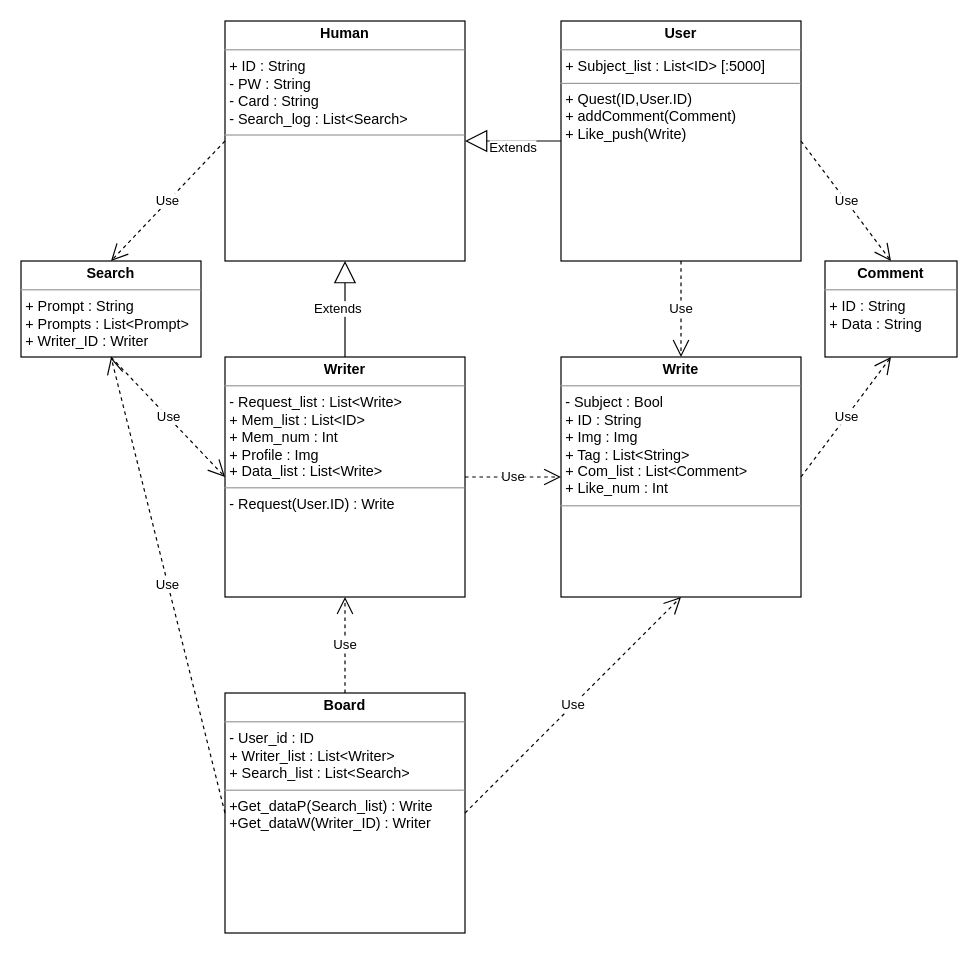
This is Classdiagram.drawio from dnjsrl132/barogrim, a draw.io file, before an edit. Source tidied: cells renumbered, new cells numbered last; positions are measured from the earlier drawing's top-left corner, leaving out a move shared by most shapes. Both pictures are drawn from the tidied source at 120%, with x=0, y=0 at pixel (20, 20).
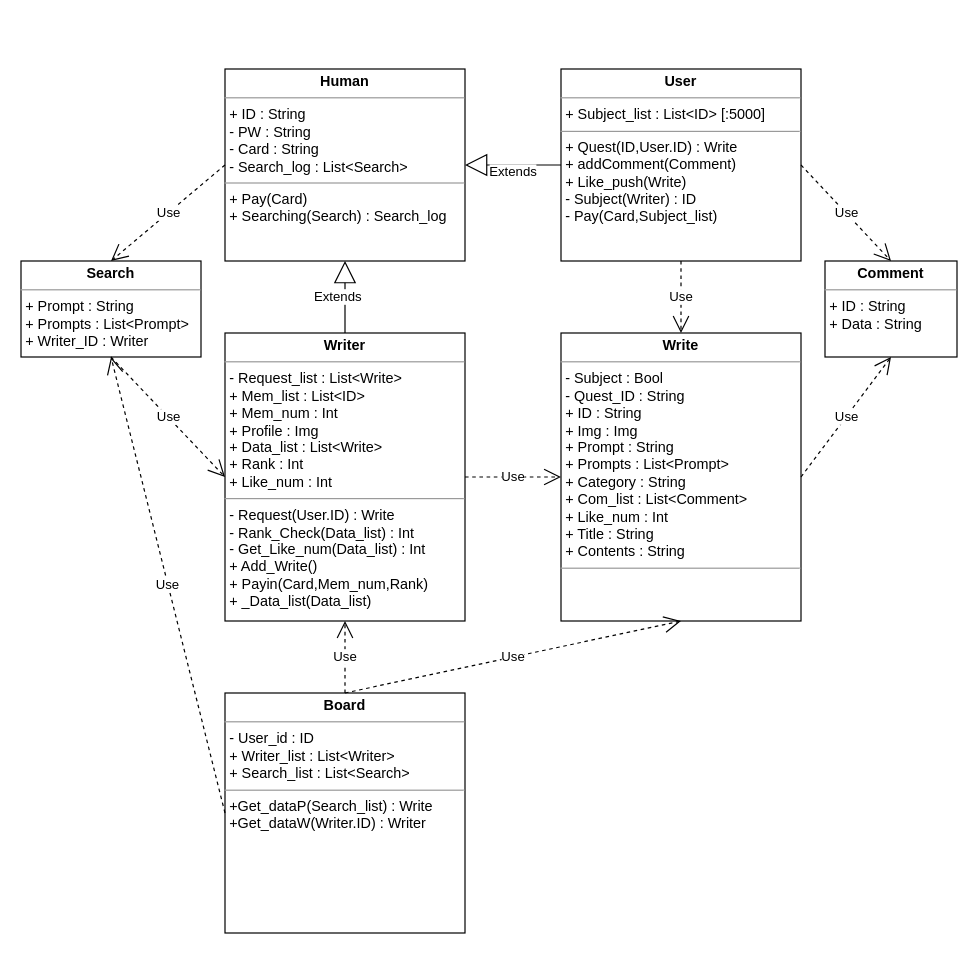
After the change.

Unchanged cells that the change refers to:
```xml
<mxCell id="11" value="&lt;p style=&quot;margin:0px;margin-top:4px;text-align:center;&quot;&gt;&lt;b&gt;Search&lt;/b&gt;&lt;/p&gt;&lt;hr size=&quot;1&quot;&gt;&lt;p style=&quot;margin:0px;margin-left:4px;&quot;&gt;+ Prompt : String&lt;/p&gt;&lt;p style=&quot;margin:0px;margin-left:4px;&quot;&gt;+ Prompts : List&amp;lt;Prompt&amp;gt;&lt;/p&gt;&lt;p style=&quot;margin:0px;margin-left:4px;&quot;&gt;+ Writer_ID : Writer&lt;/p&gt;" style="verticalAlign=top;align=left;overflow=fill;fontSize=12;fontFamily=Helvetica;html=1;rounded=0;shadow=0;comic=0;labelBackgroundColor=none;strokeWidth=1;" parent="1" vertex="1">
  <mxGeometry y="200" width="150" height="80" as="geometry" />
</mxCell>
```

Change to the diagram source:
```diff
@@
-    <mxCell id="2" value="&lt;p style=&quot;margin:0px;margin-top:4px;text-align:center;&quot;&gt;&lt;b&gt;Human&lt;/b&gt;&lt;/p&gt;&lt;hr size=&quot;1&quot;&gt;&lt;p style=&quot;margin:0px;margin-left:4px;&quot;&gt;&lt;span style=&quot;background-color: initial;&quot;&gt;+ ID : String&lt;/span&gt;&lt;br&gt;&lt;/p&gt;&lt;p style=&quot;margin:0px;margin-left:4px;&quot;&gt;- PW : String&lt;/p&gt;&lt;p style=&quot;margin:0px;margin-left:4px;&quot;&gt;- Card : String&lt;/p&gt;&lt;p style=&quot;margin:0px;margin-left:4px;&quot;&gt;- Search_log : List&amp;lt;Search&amp;gt;&lt;/p&gt;&lt;hr size=&quot;1&quot;&gt;&lt;p style=&quot;margin:0px;margin-left:4px;&quot;&gt;&lt;br&gt;&lt;/p&gt;" style="verticalAlign=top;align=left;overflow=fill;fontSize=12;fontFamily=Helvetica;html=1;rounded=0;shadow=0;comic=0;labelBackgroundColor=none;strokeWidth=1;" parent="1" vertex="1">
-      <mxGeometry x="170" width="200" height="200" as="geometry" />
+    <mxCell id="2" value="&lt;p style=&quot;margin:0px;margin-top:4px;text-align:center;&quot;&gt;&lt;b&gt;Human&lt;/b&gt;&lt;/p&gt;&lt;hr size=&quot;1&quot;&gt;&lt;p style=&quot;margin:0px;margin-left:4px;&quot;&gt;&lt;span style=&quot;background-color: initial;&quot;&gt;+ ID : String&lt;/span&gt;&lt;br&gt;&lt;/p&gt;&lt;p style=&quot;margin:0px;margin-left:4px;&quot;&gt;- PW : String&lt;/p&gt;&lt;p style=&quot;margin:0px;margin-left:4px;&quot;&gt;- Card : String&lt;/p&gt;&lt;p style=&quot;margin:0px;margin-left:4px;&quot;&gt;- Search_log : List&amp;lt;Search&amp;gt;&lt;/p&gt;&lt;hr size=&quot;1&quot;&gt;&lt;p style=&quot;margin:0px;margin-left:4px;&quot;&gt;+ Pay(Card)&lt;/p&gt;&lt;p style=&quot;margin:0px;margin-left:4px;&quot;&gt;+ Searching(Search) : Search_log&lt;/p&gt;" style="verticalAlign=top;align=left;overflow=fill;fontSize=12;fontFamily=Helvetica;html=1;rounded=0;shadow=0;comic=0;labelBackgroundColor=none;strokeWidth=1;" parent="1" vertex="1">
+      <mxGeometry x="170" y="40" width="200" height="160" as="geometry" />
     </mxCell>
-    <mxCell id="3" value="&lt;p style=&quot;margin:0px;margin-top:4px;text-align:center;&quot;&gt;&lt;b&gt;User&lt;/b&gt;&lt;/p&gt;&lt;hr size=&quot;1&quot;&gt;&lt;p style=&quot;margin:0px;margin-left:4px;&quot;&gt;&lt;span style=&quot;background-color: initial;&quot;&gt;+ Subject_list : List&amp;lt;ID&amp;gt; [:5000]&lt;/span&gt;&lt;br&gt;&lt;/p&gt;&lt;hr size=&quot;1&quot;&gt;&lt;p style=&quot;margin:0px;margin-left:4px;&quot;&gt;+ Quest(ID,User.ID)&lt;/p&gt;&lt;p style=&quot;margin:0px;margin-left:4px;&quot;&gt;+ addComment(Comment)&lt;/p&gt;&lt;p style=&quot;margin:0px;margin-left:4px;&quot;&gt;+ Like_push(Write)&lt;/p&gt;&lt;p style=&quot;margin:0px;margin-left:4px;&quot;&gt;&lt;br&gt;&lt;/p&gt;" style="verticalAlign=top;align=left;overflow=fill;fontSize=12;fontFamily=Helvetica;html=1;rounded=0;shadow=0;comic=0;labelBackgroundColor=none;strokeWidth=1;" parent="1" vertex="1">
-      <mxGeometry x="450" width="200" height="200" as="geometry" />
+    <mxCell id="3" value="&lt;p style=&quot;margin:0px;margin-top:4px;text-align:center;&quot;&gt;&lt;b&gt;User&lt;/b&gt;&lt;/p&gt;&lt;hr size=&quot;1&quot;&gt;&lt;p style=&quot;margin:0px;margin-left:4px;&quot;&gt;&lt;span style=&quot;background-color: initial;&quot;&gt;+ Subject_list : List&amp;lt;ID&amp;gt; [:5000]&lt;/span&gt;&lt;br&gt;&lt;/p&gt;&lt;hr size=&quot;1&quot;&gt;&lt;p style=&quot;margin:0px;margin-left:4px;&quot;&gt;+ Quest(ID,User.ID) : Write&lt;/p&gt;&lt;p style=&quot;margin:0px;margin-left:4px;&quot;&gt;+ addComment(Comment)&lt;/p&gt;&lt;p style=&quot;margin:0px;margin-left:4px;&quot;&gt;+ Like_push(Write)&lt;/p&gt;&lt;p style=&quot;margin:0px;margin-left:4px;&quot;&gt;- Subject(Writer) : ID&lt;br&gt;&lt;/p&gt;&lt;p style=&quot;margin:0px;margin-left:4px;&quot;&gt;- Pay(Card,Subject_list)&lt;/p&gt;" style="verticalAlign=top;align=left;overflow=fill;fontSize=12;fontFamily=Helvetica;html=1;rounded=0;shadow=0;comic=0;labelBackgroundColor=none;strokeWidth=1;" parent="1" vertex="1">
+      <mxGeometry x="450" y="40" width="200" height="160" as="geometry" />
     </mxCell>
-    <mxCell id="4" value="&lt;p style=&quot;margin:0px;margin-top:4px;text-align:center;&quot;&gt;&lt;b&gt;Writer&lt;/b&gt;&lt;/p&gt;&lt;hr size=&quot;1&quot;&gt;&lt;p style=&quot;margin:0px;margin-left:4px;&quot;&gt;&lt;span style=&quot;background-color: initial;&quot;&gt;- Request_list : List&amp;lt;Write&amp;gt;&lt;/span&gt;&lt;/p&gt;&lt;p style=&quot;margin:0px;margin-left:4px;&quot;&gt;&lt;span style=&quot;background-color: initial;&quot;&gt;+ Mem_list : List&amp;lt;ID&amp;gt;&lt;/span&gt;&lt;/p&gt;&lt;p style=&quot;margin:0px;margin-left:4px;&quot;&gt;&lt;span style=&quot;background-color: initial;&quot;&gt;+ Mem_num : Int&lt;/span&gt;&lt;/p&gt;&lt;p style=&quot;margin:0px;margin-left:4px;&quot;&gt;&lt;span style=&quot;background-color: initial;&quot;&gt;+ Profile : Img&lt;/span&gt;&lt;/p&gt;&lt;p style=&quot;margin:0px;margin-left:4px;&quot;&gt;&lt;span style=&quot;background-color: initial;&quot;&gt;+ Data_list : List&amp;lt;Write&amp;gt;&lt;/span&gt;&lt;/p&gt;&lt;hr size=&quot;1&quot;&gt;&lt;p style=&quot;margin:0px;margin-left:4px;&quot;&gt;- Request(User.ID) : Write&lt;/p&gt;&lt;p style=&quot;margin:0px;margin-left:4px;&quot;&gt;&lt;br&gt;&lt;/p&gt;&lt;p style=&quot;margin:0px;margin-left:4px;&quot;&gt;&lt;br&gt;&lt;/p&gt;" style="verticalAlign=top;align=left;overflow=fill;fontSize=12;fontFamily=Helvetica;html=1;rounded=0;shadow=0;comic=0;labelBackgroundColor=none;strokeWidth=1;" parent="1" vertex="1">
-      <mxGeometry x="170" y="280" width="200" height="200" as="geometry" />
+    <mxCell id="4" value="&lt;p style=&quot;margin:0px;margin-top:4px;text-align:center;&quot;&gt;&lt;b&gt;Writer&lt;/b&gt;&lt;/p&gt;&lt;hr size=&quot;1&quot;&gt;&lt;p style=&quot;margin:0px;margin-left:4px;&quot;&gt;&lt;span style=&quot;background-color: initial;&quot;&gt;- Request_list : List&amp;lt;Write&amp;gt;&lt;/span&gt;&lt;/p&gt;&lt;p style=&quot;margin:0px;margin-left:4px;&quot;&gt;&lt;span style=&quot;background-color: initial;&quot;&gt;+ Mem_list : List&amp;lt;ID&amp;gt;&lt;/span&gt;&lt;/p&gt;&lt;p style=&quot;margin:0px;margin-left:4px;&quot;&gt;&lt;span style=&quot;background-color: initial;&quot;&gt;+ Mem_num : Int&lt;/span&gt;&lt;/p&gt;&lt;p style=&quot;margin:0px;margin-left:4px;&quot;&gt;&lt;span style=&quot;background-color: initial;&quot;&gt;+ Profile : Img&lt;/span&gt;&lt;/p&gt;&lt;p style=&quot;margin:0px;margin-left:4px;&quot;&gt;&lt;span style=&quot;background-color: initial;&quot;&gt;+ Data_list : List&amp;lt;Write&amp;gt;&lt;/span&gt;&lt;/p&gt;&lt;p style=&quot;margin:0px;margin-left:4px;&quot;&gt;&lt;span style=&quot;background-color: initial;&quot;&gt;+ Rank : Int&lt;/span&gt;&lt;/p&gt;&lt;p style=&quot;margin:0px;margin-left:4px;&quot;&gt;&lt;span style=&quot;background-color: initial;&quot;&gt;+ Like_num : Int&lt;/span&gt;&lt;/p&gt;&lt;hr size=&quot;1&quot;&gt;&lt;p style=&quot;margin:0px;margin-left:4px;&quot;&gt;- Request(User.ID) : Write&lt;/p&gt;&lt;p style=&quot;margin:0px;margin-left:4px;&quot;&gt;- Rank_Check(Data_list) : Int&lt;/p&gt;&lt;p style=&quot;margin:0px;margin-left:4px;&quot;&gt;- Get_Like_num(Data_list) : Int&lt;/p&gt;&lt;p style=&quot;margin:0px;margin-left:4px;&quot;&gt;+ Add_Write()&lt;/p&gt;&lt;p style=&quot;margin:0px;margin-left:4px;&quot;&gt;+ Payin(Card,Mem_num,Rank)&lt;/p&gt;&lt;p style=&quot;margin:0px;margin-left:4px;&quot;&gt;+ _Data_list(Data_list)&lt;/p&gt;" style="verticalAlign=top;align=left;overflow=fill;fontSize=12;fontFamily=Helvetica;html=1;rounded=0;shadow=0;comic=0;labelBackgroundColor=none;strokeWidth=1;" parent="1" vertex="1">
+      <mxGeometry x="170" y="260" width="200" height="240" as="geometry" />
     </mxCell>
-    <mxCell id="5" value="&lt;p style=&quot;margin:0px;margin-top:4px;text-align:center;&quot;&gt;&lt;b&gt;Write&lt;/b&gt;&lt;/p&gt;&lt;hr size=&quot;1&quot;&gt;&lt;p style=&quot;margin:0px;margin-left:4px;&quot;&gt;&lt;span style=&quot;background-color: initial;&quot;&gt;- Subject : Bool&lt;/span&gt;&lt;/p&gt;&lt;p style=&quot;margin:0px;margin-left:4px;&quot;&gt;&lt;span style=&quot;background-color: initial;&quot;&gt;+ ID : String&lt;/span&gt;&lt;/p&gt;&lt;p style=&quot;margin:0px;margin-left:4px;&quot;&gt;+ Img : Img&lt;/p&gt;&lt;p style=&quot;margin:0px;margin-left:4px;&quot;&gt;+ Tag : List&amp;lt;String&amp;gt;&lt;/p&gt;&lt;p style=&quot;margin:0px;margin-left:4px;&quot;&gt;+ Com_list : List&amp;lt;Comment&amp;gt;&lt;/p&gt;&lt;p style=&quot;margin:0px;margin-left:4px;&quot;&gt;+ Like_num : Int&lt;br&gt;&lt;/p&gt;&lt;hr size=&quot;1&quot;&gt;&lt;p style=&quot;margin:0px;margin-left:4px;&quot;&gt;&lt;br&gt;&lt;/p&gt;" style="verticalAlign=top;align=left;overflow=fill;fontSize=12;fontFamily=Helvetica;html=1;rounded=0;shadow=0;comic=0;labelBackgroundColor=none;strokeWidth=1;" parent="1" vertex="1">
-      <mxGeometry x="450" y="280" width="200" height="200" as="geometry" />
+    <mxCell id="5" value="&lt;p style=&quot;margin:0px;margin-top:4px;text-align:center;&quot;&gt;&lt;b&gt;Write&lt;/b&gt;&lt;/p&gt;&lt;hr size=&quot;1&quot;&gt;&lt;p style=&quot;margin:0px;margin-left:4px;&quot;&gt;&lt;span style=&quot;background-color: initial;&quot;&gt;- Subject : Bool&lt;/span&gt;&lt;/p&gt;&lt;p style=&quot;margin:0px;margin-left:4px;&quot;&gt;&lt;span style=&quot;background-color: initial;&quot;&gt;- Quest_ID : String&lt;/span&gt;&lt;/p&gt;&lt;p style=&quot;margin:0px;margin-left:4px;&quot;&gt;&lt;span style=&quot;background-color: initial;&quot;&gt;+ ID : String&lt;/span&gt;&lt;/p&gt;&lt;p style=&quot;margin:0px;margin-left:4px;&quot;&gt;+ Img : Img&lt;/p&gt;&lt;p style=&quot;margin:0px;margin-left:4px;&quot;&gt;+ Prompt : String&lt;/p&gt;&lt;p style=&quot;margin:0px;margin-left:4px;&quot;&gt;+ Prompts : List&amp;lt;Prompt&amp;gt;&lt;/p&gt;&lt;p style=&quot;margin:0px;margin-left:4px;&quot;&gt;+ Category : String&lt;/p&gt;&lt;p style=&quot;margin:0px;margin-left:4px;&quot;&gt;+ Com_list : List&amp;lt;Comment&amp;gt;&lt;/p&gt;&lt;p style=&quot;margin:0px;margin-left:4px;&quot;&gt;+ Like_num : Int&lt;br&gt;&lt;/p&gt;&lt;p style=&quot;margin:0px;margin-left:4px;&quot;&gt;+ Title : String&lt;/p&gt;&lt;p style=&quot;margin:0px;margin-left:4px;&quot;&gt;+ Contents : String&lt;/p&gt;&lt;hr size=&quot;1&quot;&gt;&lt;p style=&quot;margin:0px;margin-left:4px;&quot;&gt;&lt;br&gt;&lt;/p&gt;" style="verticalAlign=top;align=left;overflow=fill;fontSize=12;fontFamily=Helvetica;html=1;rounded=0;shadow=0;comic=0;labelBackgroundColor=none;strokeWidth=1;" parent="1" vertex="1">
+      <mxGeometry x="450" y="260" width="200" height="240" as="geometry" />
     </mxCell>
-    <mxCell id="6" value="&lt;p style=&quot;margin:0px;margin-top:4px;text-align:center;&quot;&gt;&lt;b&gt;Board&lt;/b&gt;&lt;/p&gt;&lt;hr size=&quot;1&quot;&gt;&lt;p style=&quot;margin:0px;margin-left:4px;&quot;&gt;&lt;span style=&quot;background-color: initial;&quot;&gt;- User_id : ID&lt;/span&gt;&lt;/p&gt;&lt;p style=&quot;margin:0px;margin-left:4px;&quot;&gt;+ Writer_list : List&amp;lt;Writer&amp;gt;&lt;/p&gt;&lt;p style=&quot;margin:0px;margin-left:4px;&quot;&gt;+ Search_list : List&amp;lt;Search&amp;gt;&lt;/p&gt;&lt;hr size=&quot;1&quot;&gt;&lt;p style=&quot;margin:0px;margin-left:4px;&quot;&gt;+Get_dataP(Search_list) : Write&lt;/p&gt;&lt;p style=&quot;margin:0px;margin-left:4px;&quot;&gt;+Get_dataW(Writer_ID) : Writer&lt;/p&gt;" style="verticalAlign=top;align=left;overflow=fill;fontSize=12;fontFamily=Helvetica;html=1;rounded=0;shadow=0;comic=0;labelBackgroundColor=none;strokeWidth=1;" parent="1" vertex="1">
+    <mxCell id="6" value="&lt;p style=&quot;margin:0px;margin-top:4px;text-align:center;&quot;&gt;&lt;b&gt;Board&lt;/b&gt;&lt;/p&gt;&lt;hr size=&quot;1&quot;&gt;&lt;p style=&quot;margin:0px;margin-left:4px;&quot;&gt;&lt;span style=&quot;background-color: initial;&quot;&gt;- User_id : ID&lt;/span&gt;&lt;/p&gt;&lt;p style=&quot;margin:0px;margin-left:4px;&quot;&gt;+ Writer_list : List&amp;lt;Writer&amp;gt;&lt;/p&gt;&lt;p style=&quot;margin:0px;margin-left:4px;&quot;&gt;+ Search_list : List&amp;lt;Search&amp;gt;&lt;/p&gt;&lt;hr size=&quot;1&quot;&gt;&lt;p style=&quot;margin:0px;margin-left:4px;&quot;&gt;+Get_dataP(Search_list) : Write&lt;/p&gt;&lt;p style=&quot;margin:0px;margin-left:4px;&quot;&gt;+Get_dataW(Writer.ID) : Writer&lt;/p&gt;" style="verticalAlign=top;align=left;overflow=fill;fontSize=12;fontFamily=Helvetica;html=1;rounded=0;shadow=0;comic=0;labelBackgroundColor=none;strokeWidth=1;" parent="1" vertex="1">
       <mxGeometry x="170" y="560" width="200" height="200" as="geometry" />
     </mxCell>
@@
-    <mxCell id="13" value="Use" style="endArrow=open;endSize=12;dashed=1;html=1;rounded=0;entryX=0.5;entryY=1;entryDx=0;entryDy=0;exitX=0;exitY=0.5;exitDx=0;exitDy=0;" parent="1" edge="1" source="6" target="11">
-      <mxGeometry relative="1" as="geometry" />
+    <mxCell id="13" value="Use" style="endArrow=open;endSize=12;dashed=1;html=1;rounded=0;entryX=0.5;entryY=1;entryDx=0;entryDy=0;" parent="1" edge="1" target="11">
+      <mxGeometry relative="1" as="geometry">
+        <mxPoint x="170" y="660" as="sourcePoint" />
+      </mxGeometry>
     </mxCell>
@@
-    <mxCell id="16" value="Use" style="endArrow=open;endSize=12;dashed=1;html=1;rounded=0;entryX=0.5;entryY=1;entryDx=0;entryDy=0;exitX=1;exitY=0.5;exitDx=0;exitDy=0;" parent="1" edge="1" source="6" target="5">
+    <mxCell id="16" value="Use" style="endArrow=open;endSize=12;dashed=1;html=1;rounded=0;entryX=0.5;entryY=1;entryDx=0;entryDy=0;exitX=0.5;exitY=0;exitDx=0;exitDy=0;" parent="1" edge="1" source="6" target="5">
       <mxGeometry relative="1" as="geometry" />
     </mxCell>
```
